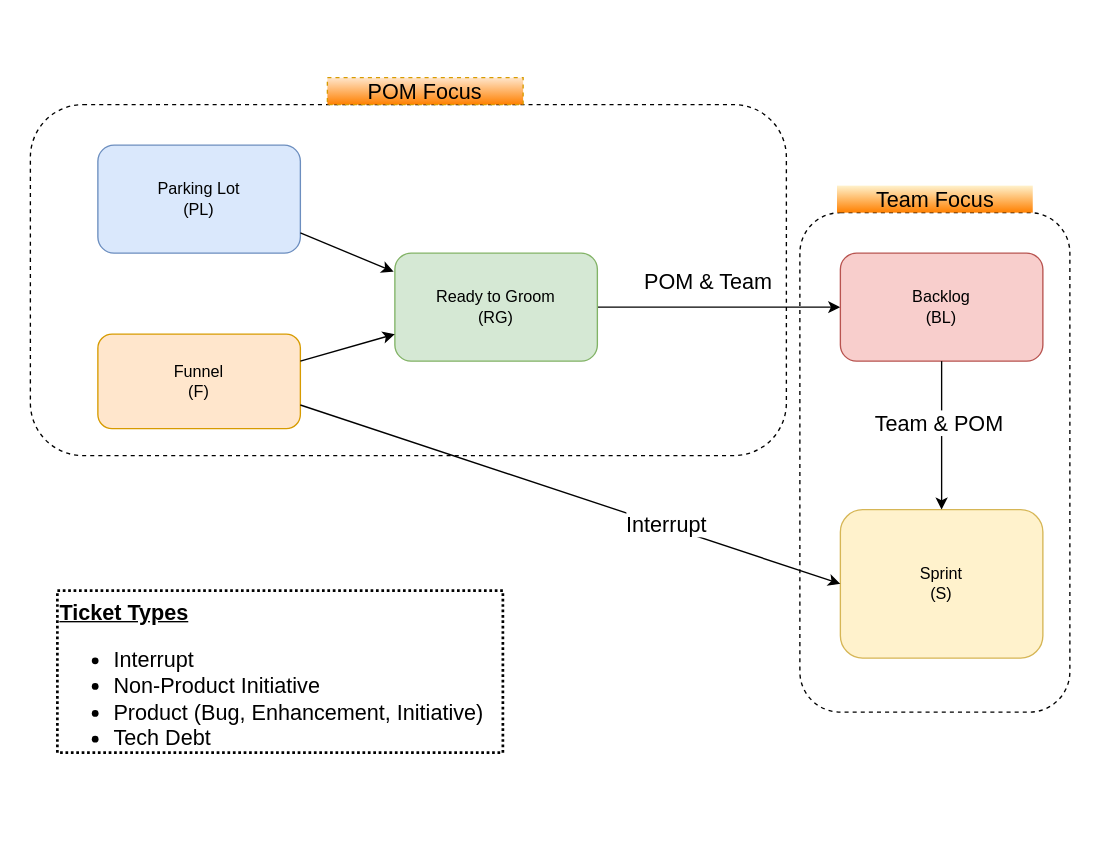
slmingol/diagram_assets keeps this draw.io diagram as architecture/Untitled Diagram.drawio. Above is the earlier version. Source tidied: cells renumbered, new cells numbered last; positions are measured from the earlier drawing's top-left corner, leaving out a move shared by most shapes. Both pictures are drawn from the tidied source at 135%, with x=0, y=0 at pixel (30, 77).
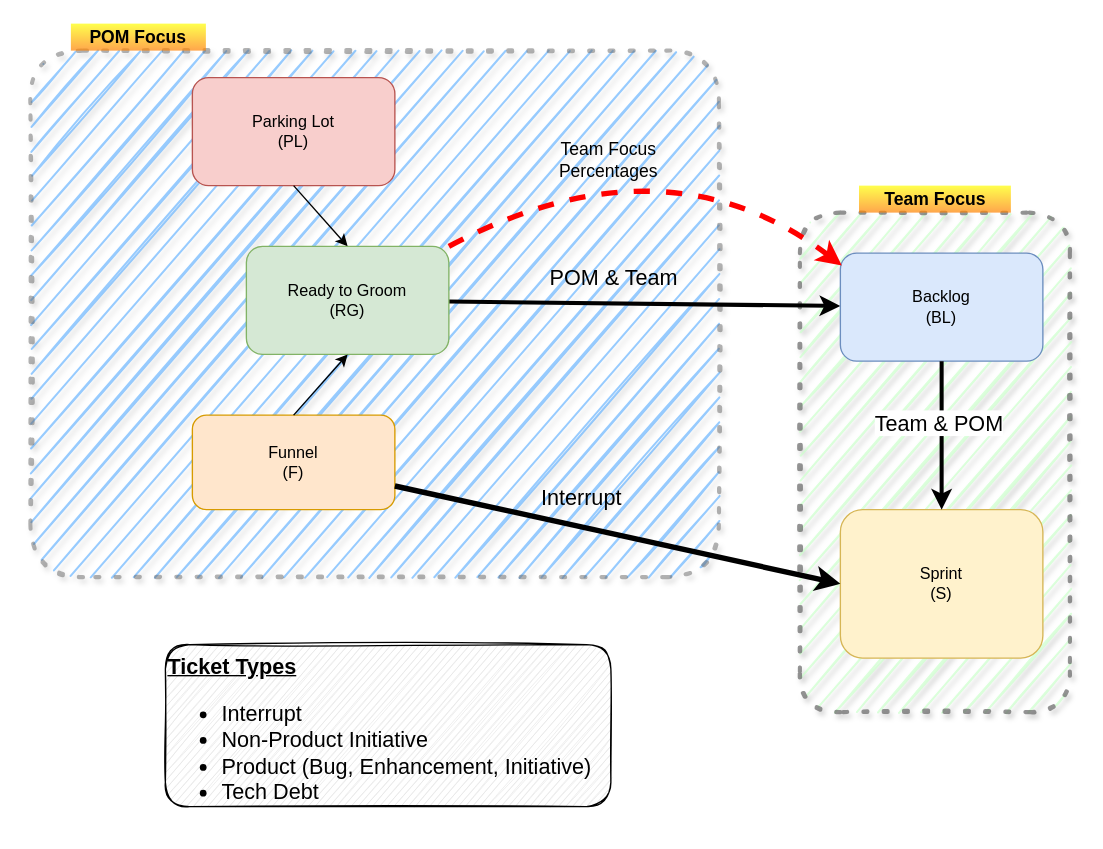
The same page after the edit.

The change refers to these unchanged cells:
```xml
<mxCell id="10" value="Sprint&lt;br&gt;(S)" style="rounded=1;whiteSpace=wrap;html=1;fillColor=#fff2cc;strokeColor=#d6b656;" parent="1" vertex="1">
  <mxGeometry x="600" y="320" width="150" height="110" as="geometry" />
</mxCell>
```

The edit, as a diff of the source:
```diff
@@
+    <mxCell id="17" style="rounded=1;whiteSpace=wrap;html=1;fontSize=16;align=left;dashed=1;dashPattern=1 4;strokeWidth=3;strokeColor=#666666;fontColor=#333333;shadow=1;glass=0;sketch=1;opacity=70;fillColor=#CCFFCC;" parent="1" vertex="1">
+      <mxGeometry x="570" y="100" width="200" height="370" as="geometry" />
+    </mxCell>
+    <mxCell id="16" style="rounded=1;whiteSpace=wrap;html=1;fontSize=16;align=left;dashed=1;arcSize=10;strokeWidth=3;dashPattern=1 4;shadow=1;glass=0;sketch=1;opacity=50;strokeColor=#666666;fillColor=#3399FF;" parent="1" vertex="1">
+      <mxGeometry y="-20" width="510" height="390" as="geometry" />
+    </mxCell>
-    <mxCell id="2" value="Parking Lot&lt;br&gt;(PL)" style="rounded=1;whiteSpace=wrap;html=1;fillColor=#dae8fc;strokeColor=#6c8ebf;" parent="1" vertex="1">
-      <mxGeometry x="50" y="50" width="150" height="80" as="geometry" />
+    <mxCell id="2" value="Parking Lot&lt;br&gt;(PL)" style="rounded=1;whiteSpace=wrap;html=1;fillColor=#f8cecc;strokeColor=#b85450;" parent="1" vertex="1">
+      <mxGeometry x="120" width="150" height="80" as="geometry" />
     </mxCell>
     <mxCell id="3" value="Funnel&lt;br&gt;(F)" style="rounded=1;whiteSpace=wrap;html=1;fillColor=#ffe6cc;strokeColor=#d79b00;" parent="1" vertex="1">
-      <mxGeometry x="50" y="190" width="150" height="70" as="geometry" />
+      <mxGeometry x="120" y="250" width="150" height="70" as="geometry" />
     </mxCell>
-    <mxCell id="4" style="edgeStyle=orthogonalEdgeStyle;rounded=0;jettySize=auto;html=1;" parent="1" edge="1" source="6" target="9">
+    <mxCell id="4" style="rounded=0;jettySize=auto;html=1;strokeWidth=3;" parent="1" edge="1" source="6" target="9">
       <mxGeometry relative="1" as="geometry" />
     </mxCell>
-    <mxCell id="5" value="POM &amp;amp; Team" style="edgeLabel;html=1;align=center;verticalAlign=middle;fontSize=16;" parent="4" vertex="1">
+    <mxCell id="5" value="POM &amp;amp; Team" style="edgeLabel;html=1;align=center;verticalAlign=middle;fontSize=16;labelBackgroundColor=none;" parent="4" vertex="1">
       <mxGeometry x="-0.25" y="-2" relative="1" as="geometry">
         <mxPoint x="13" y="-22" as="offset" />
       </mxGeometry>
     </mxCell>
     <mxCell id="6" value="Ready to Groom&lt;br&gt;(RG)" style="rounded=1;whiteSpace=wrap;html=1;fillColor=#d5e8d4;strokeColor=#82b366;" parent="1" vertex="1">
-      <mxGeometry x="270" y="130" width="150" height="80" as="geometry" />
+      <mxGeometry x="160" y="125" width="150" height="80" as="geometry" />
     </mxCell>
-    <mxCell id="7" style="endArrow=classic;html=1;entryX=-0.006;entryY=0.172;entryDx=0;entryDy=0;entryPerimeter=0;" parent="1" edge="1" target="6">
-      <mxGeometry relative="1" as="geometry">
-        <mxPoint x="200" y="115" as="sourcePoint" />
-      </mxGeometry>
+    <mxCell id="7" style="endArrow=classic;html=1;entryX=0.5;entryY=0;entryDx=0;entryDy=0;exitX=0.5;exitY=1;exitDx=0;exitDy=0;" parent="1" edge="1" source="2" target="6">
+      <mxGeometry relative="1" as="geometry" />
     </mxCell>
-    <mxCell id="8" style="endArrow=classic;html=1;entryX=0;entryY=0.75;entryDx=0;entryDy=0;" parent="1" edge="1" target="6">
-      <mxGeometry relative="1" as="geometry">
-        <mxPoint x="200" y="210" as="sourcePoint" />
-      </mxGeometry>
+    <mxCell id="8" style="endArrow=classic;html=1;entryX=0.5;entryY=1;entryDx=0;entryDy=0;exitX=0.5;exitY=0;exitDx=0;exitDy=0;" parent="1" edge="1" source="3" target="6">
+      <mxGeometry relative="1" as="geometry" />
     </mxCell>
-    <mxCell id="9" value="Backlog&lt;br&gt;(BL)" style="rounded=1;whiteSpace=wrap;html=1;fillColor=#f8cecc;strokeColor=#b85450;" parent="1" vertex="1">
+    <mxCell id="9" value="Backlog&lt;br&gt;(BL)" style="rounded=1;whiteSpace=wrap;html=1;fillColor=#dae8fc;strokeColor=#6c8ebf;" parent="1" vertex="1">
       <mxGeometry x="600" y="130" width="150" height="80" as="geometry" />
     </mxCell>
@@
-    <mxCell id="11" style="endArrow=classic;html=1;entryX=0;entryY=0.5;entryDx=0;entryDy=0;exitX=1;exitY=0.75;exitDx=0;exitDy=0;" parent="1" edge="1" source="3" target="10">
+    <mxCell id="11" style="endArrow=classic;html=1;entryX=0;entryY=0.5;entryDx=0;entryDy=0;exitX=1;exitY=0.75;exitDx=0;exitDy=0;strokeWidth=4;" parent="1" edge="1" source="3" target="10">
       <mxGeometry relative="1" as="geometry" />
     </mxCell>
-    <mxCell id="12" value="Interrupt" style="edgeLabel;html=1;align=center;verticalAlign=middle;fontSize=16;" parent="11" vertex="1">
+    <mxCell id="12" value="Interrupt" style="edgeLabel;html=1;align=center;verticalAlign=middle;fontSize=16;labelBackgroundColor=none;" parent="11" vertex="1">
       <mxGeometry x="-0.18" y="-3" relative="1" as="geometry">
-        <mxPoint x="106.8" y="30.3" as="offset" />
+        <mxPoint x="2.6" y="-25.2" as="offset" />
       </mxGeometry>
     </mxCell>
-    <mxCell id="13" style="endArrow=classic;html=1;exitX=0.5;exitY=1;exitDx=0;exitDy=0;" parent="1" edge="1" source="9">
+    <mxCell id="13" style="endArrow=classic;html=1;exitX=0.5;exitY=1;exitDx=0;exitDy=0;strokeWidth=3;" parent="1" edge="1" source="9">
       <mxGeometry relative="1" as="geometry">
         <mxPoint x="675" y="320" as="targetPoint" />
       </mxGeometry>
     </mxCell>
@@
-    <mxCell id="15" value="&lt;b&gt;&lt;u&gt;Ticket Types&lt;br&gt;&lt;/u&gt;&lt;/b&gt;&lt;ul&gt;&lt;li&gt;Interrupt&lt;/li&gt;&lt;li&gt;&lt;span&gt;Non-Product Initiative&lt;/span&gt;&lt;br&gt;&lt;/li&gt;&lt;li&gt;Product (Bug, Enhancement, Initiative)&lt;/li&gt;&lt;li&gt;Tech Debt&lt;br&gt;&lt;/li&gt;&lt;/ul&gt;" style="text;html=1;fillColor=none;align=left;verticalAlign=top;whiteSpace=wrap;rounded=0;fontSize=16;strokeColor=#000000;dashed=1;dashPattern=1 1;strokeWidth=2;" parent="1" vertex="1">
-      <mxGeometry x="20" y="380" width="330" height="120" as="geometry" />
+    <mxCell id="15" value="&lt;b&gt;&lt;u&gt;Ticket Types&lt;br&gt;&lt;/u&gt;&lt;/b&gt;&lt;ul&gt;&lt;li&gt;Interrupt&lt;/li&gt;&lt;li&gt;&lt;span&gt;Non-Product Initiative&lt;/span&gt;&lt;br&gt;&lt;/li&gt;&lt;li&gt;Product (Bug, Enhancement, Initiative)&lt;/li&gt;&lt;li&gt;Tech Debt&lt;br&gt;&lt;/li&gt;&lt;/ul&gt;" style="text;html=1;align=left;verticalAlign=top;whiteSpace=wrap;rounded=1;fontSize=16;strokeColor=#000000;strokeWidth=1;shadow=0;sketch=1;fillColor=#E6E6E6;" parent="1" vertex="1">
+      <mxGeometry x="100" y="420" width="330" height="120" as="geometry" />
     </mxCell>
-    <mxCell id="16" style="rounded=1;whiteSpace=wrap;html=1;fontSize=16;align=left;fillColor=none;dashed=1;" parent="1" vertex="1">
-      <mxGeometry y="20" width="560" height="260" as="geometry" />
-    </mxCell>
-    <mxCell id="17" style="rounded=1;whiteSpace=wrap;html=1;fontSize=16;align=left;fillColor=none;dashed=1;" parent="1" vertex="1">
-      <mxGeometry x="570" y="100" width="200" height="370" as="geometry" />
-    </mxCell>
-    <mxCell id="18" value="POM Focus" style="text;html=1;strokeColor=#d79b00;fillColor=#ffe6cc;align=center;verticalAlign=middle;whiteSpace=wrap;rounded=0;dashed=1;fontSize=16;gradientColor=#FF8000;" parent="1" vertex="1">
-      <mxGeometry x="220" width="145" height="20" as="geometry" />
+    <mxCell id="18" value="POM Focus" style="text;html=1;align=center;verticalAlign=middle;whiteSpace=wrap;rounded=0;dashed=1;fontSize=13;gradientColor=#FF8000;fillColor=#FFFF00;opacity=70;fontStyle=1;" parent="1" vertex="1">
+      <mxGeometry x="30" y="-40" width="100" height="20" as="geometry" />
     </mxCell>
-    <mxCell id="19" value="Team Focus" style="text;html=1;fillColor=#fff2cc;align=center;verticalAlign=middle;whiteSpace=wrap;rounded=0;dashed=1;fontSize=16;gradientColor=#FF8000;" parent="1" vertex="1">
-      <mxGeometry x="597.5" y="80" width="145" height="20" as="geometry" />
+    <mxCell id="19" value="Team Focus" style="text;html=1;align=center;verticalAlign=middle;whiteSpace=wrap;rounded=0;dashed=1;fontSize=13;gradientColor=#FF8000;fillColor=#FFFF00;opacity=70;fontStyle=1;" parent="1" vertex="1">
+      <mxGeometry x="613.8" y="80" width="112.5" height="20" as="geometry" />
     </mxCell>
+    <mxCell id="20" style="endArrow=classic;html=1;entryX=0.007;entryY=0.114;entryDx=0;entryDy=0;entryPerimeter=0;curved=1;strokeWidth=4;dashed=1;exitX=1;exitY=0;exitDx=0;exitDy=0;strokeColor=#FF0000;" parent="1" edge="1" source="6" target="9">
+      <mxGeometry relative="1" as="geometry">
+        <Array as="points">
+          <mxPoint x="470" y="40" />
+        </Array>
+      </mxGeometry>
+    </mxCell>
+    <mxCell id="21" value="&lt;font style=&quot;font-size: 13px&quot;&gt;Team Focus &lt;br&gt;Percentages&lt;/font&gt;" style="edgeLabel;html=1;align=center;verticalAlign=middle;labelBackgroundColor=none;" parent="20" vertex="1">
+      <mxGeometry x="-0.38" y="-17" relative="1" as="geometry">
+        <mxPoint x="15" y="-29.1" as="offset" />
+      </mxGeometry>
+    </mxCell>
```
